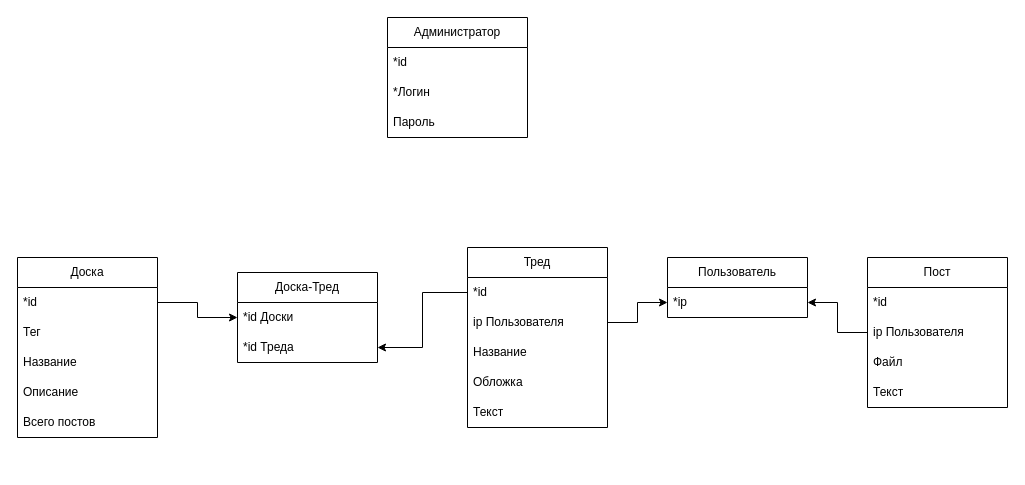
The draw.io diagram relational.drawio in Urvatov/openchan-django, before the edit. Source tidied: cells renumbered, new cells numbered last; positions are measured from the earlier drawing's top-left corner, leaving out a move shared by most shapes. Both pictures are drawn from the tidied source at 100%, with x=0, y=0 at pixel (17, 17).
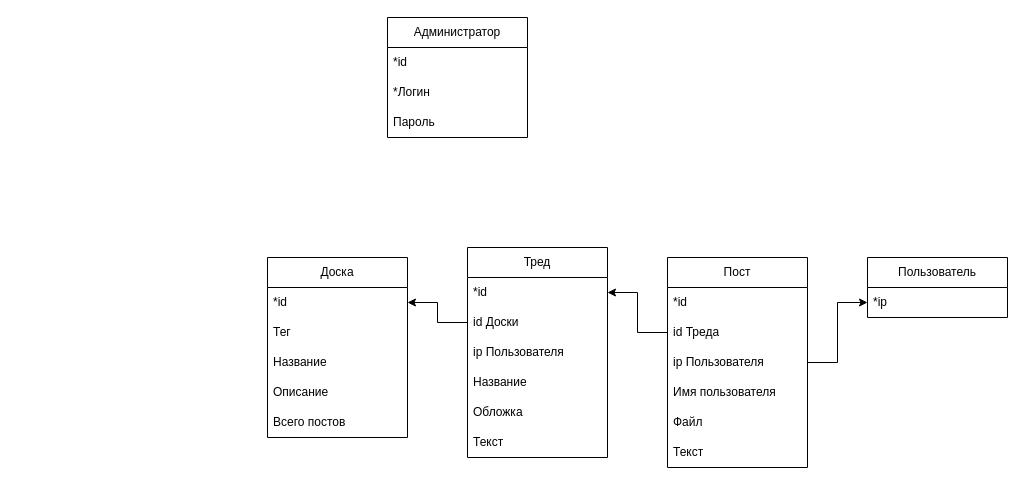
The same page after the edit.

Unchanged cells that the change refers to:
```xml
<mxCell id="3" value="*id" style="text;strokeColor=none;fillColor=none;align=left;verticalAlign=middle;spacingLeft=4;spacingRight=4;overflow=hidden;points=[[0,0.5],[1,0.5]];portConstraint=eastwest;whiteSpace=wrap;html=1;" parent="2" vertex="1">
  <mxGeometry y="30" width="140" height="30" as="geometry" />
</mxCell>
<mxCell id="9" value="*id" style="text;strokeColor=none;fillColor=none;align=left;verticalAlign=middle;spacingLeft=4;spacingRight=4;overflow=hidden;points=[[0,0.5],[1,0.5]];portConstraint=eastwest;whiteSpace=wrap;html=1;" parent="8" vertex="1">
  <mxGeometry y="30" width="140" height="30" as="geometry" />
</mxCell>
<mxCell id="24" value="*ip" style="text;strokeColor=none;fillColor=none;align=left;verticalAlign=middle;spacingLeft=4;spacingRight=4;overflow=hidden;points=[[0,0.5],[1,0.5]];portConstraint=eastwest;whiteSpace=wrap;html=1;" parent="23" vertex="1">
  <mxGeometry y="30" width="140" height="30" as="geometry" />
</mxCell>
```

What changed in the source:
```diff
@@
     <mxCell id="2" value="Доска" style="swimlane;fontStyle=0;horizontal=1;startSize=30;whiteSpace=wrap;html=1;" parent="1" vertex="1">
-      <mxGeometry y="240" width="140" height="180" as="geometry" />
+      <mxGeometry x="250" y="240" width="140" height="180" as="geometry" />
     </mxCell>
@@
     <mxCell id="8" value="Тред" style="swimlane;fontStyle=0;horizontal=1;startSize=30;whiteSpace=wrap;html=1;" parent="1" vertex="1">
-      <mxGeometry x="450" y="230" width="140" height="180" as="geometry" />
+      <mxGeometry x="450" y="230" width="140" height="210" as="geometry" />
     </mxCell>
@@
+    <mxCell id="32" value="id Доски" style="text;strokeColor=none;fillColor=none;align=left;verticalAlign=middle;spacingLeft=4;spacingRight=4;overflow=hidden;points=[[0,0.5],[1,0.5]];portConstraint=eastwest;whiteSpace=wrap;html=1;" parent="8" vertex="1">
+      <mxGeometry y="60" width="140" height="30" as="geometry" />
+    </mxCell>
     <mxCell id="10" value="ip Пользователя" style="text;strokeColor=none;fillColor=none;align=left;verticalAlign=middle;spacingLeft=4;spacingRight=4;overflow=hidden;points=[[0,0.5],[1,0.5]];portConstraint=eastwest;whiteSpace=wrap;html=1;" parent="8" vertex="1">
-      <mxGeometry y="60" width="140" height="30" as="geometry" />
+      <mxGeometry y="90" width="140" height="30" as="geometry" />
     </mxCell>
     <mxCell id="11" value="Название" style="text;strokeColor=none;fillColor=none;align=left;verticalAlign=middle;spacingLeft=4;spacingRight=4;overflow=hidden;whiteSpace=wrap;html=1;" parent="8" vertex="1">
-      <mxGeometry y="90" width="140" height="30" as="geometry" />
+      <mxGeometry y="120" width="140" height="30" as="geometry" />
     </mxCell>
     <mxCell id="12" value="Обложка" style="text;strokeColor=none;fillColor=none;align=left;verticalAlign=middle;spacingLeft=4;spacingRight=4;overflow=hidden;whiteSpace=wrap;html=1;" parent="8" vertex="1">
-      <mxGeometry y="120" width="140" height="30" as="geometry" />
+      <mxGeometry y="150" width="140" height="30" as="geometry" />
     </mxCell>
     <mxCell id="13" value="Текст" style="text;strokeColor=none;fillColor=none;align=left;verticalAlign=middle;spacingLeft=4;spacingRight=4;overflow=hidden;whiteSpace=wrap;html=1;" parent="8" vertex="1">
-      <mxGeometry y="150" width="140" height="30" as="geometry" />
+      <mxGeometry y="180" width="140" height="30" as="geometry" />
     </mxCell>
     <mxCell id="14" value="Пост" style="swimlane;fontStyle=0;horizontal=1;startSize=30;whiteSpace=wrap;html=1;" parent="1" vertex="1">
-      <mxGeometry x="850" y="240" width="140" height="150" as="geometry" />
+      <mxGeometry x="650" y="240" width="140" height="210" as="geometry" />
     </mxCell>
@@
+    <mxCell id="33" value="id Треда" style="text;strokeColor=none;fillColor=none;align=left;verticalAlign=middle;spacingLeft=4;spacingRight=4;overflow=hidden;points=[[0,0.5],[1,0.5]];portConstraint=eastwest;whiteSpace=wrap;html=1;" parent="14" vertex="1">
+      <mxGeometry y="60" width="140" height="30" as="geometry" />
+    </mxCell>
     <mxCell id="16" value="ip Пользователя" style="text;strokeColor=none;fillColor=none;align=left;verticalAlign=middle;spacingLeft=4;spacingRight=4;overflow=hidden;points=[[0,0.5],[1,0.5]];portConstraint=eastwest;whiteSpace=wrap;html=1;" parent="14" vertex="1">
-      <mxGeometry y="60" width="140" height="30" as="geometry" />
+      <mxGeometry y="90" width="140" height="30" as="geometry" />
     </mxCell>
+    <mxCell id="34" value="Имя пользователя" style="text;strokeColor=none;fillColor=none;align=left;verticalAlign=middle;spacingLeft=4;spacingRight=4;overflow=hidden;whiteSpace=wrap;html=1;" parent="14" vertex="1">
+      <mxGeometry y="120" width="140" height="30" as="geometry" />
+    </mxCell>
     <mxCell id="17" value="Файл" style="text;strokeColor=none;fillColor=none;align=left;verticalAlign=middle;spacingLeft=4;spacingRight=4;overflow=hidden;whiteSpace=wrap;html=1;" parent="14" vertex="1">
-      <mxGeometry y="90" width="140" height="30" as="geometry" />
+      <mxGeometry y="150" width="140" height="30" as="geometry" />
     </mxCell>
     <mxCell id="18" value="Текст" style="text;strokeColor=none;fillColor=none;align=left;verticalAlign=middle;spacingLeft=4;spacingRight=4;overflow=hidden;whiteSpace=wrap;html=1;" parent="14" vertex="1">
-      <mxGeometry y="120" width="140" height="30" as="geometry" />
+      <mxGeometry y="180" width="140" height="30" as="geometry" />
     </mxCell>
@@
     <mxCell id="23" value="Пользователь" style="swimlane;fontStyle=0;horizontal=1;startSize=30;whiteSpace=wrap;html=1;" parent="1" vertex="1">
-      <mxGeometry x="650" y="240" width="140" height="60" as="geometry" />
+      <mxGeometry x="850" y="240" width="140" height="60" as="geometry" />
     </mxCell>
@@
+    <mxCell id="35" style="edgeStyle=orthogonalEdgeStyle;rounded=0;jettySize=auto;html=1;exitX=0;exitY=0.5;exitDx=0;exitDy=0;entryX=1;entryY=0.5;entryDx=0;entryDy=0;" parent="1" edge="1" source="32" target="3">
+      <mxGeometry relative="1" as="geometry" />
+    </mxCell>
+    <mxCell id="36" style="edgeStyle=orthogonalEdgeStyle;rounded=0;jettySize=auto;html=1;exitX=0;exitY=0.5;exitDx=0;exitDy=0;entryX=1;entryY=0.5;entryDx=0;entryDy=0;" parent="1" edge="1" source="33" target="9">
+      <mxGeometry relative="1" as="geometry" />
+    </mxCell>
-    <mxCell id="25" style="edgeStyle=orthogonalEdgeStyle;rounded=0;jettySize=auto;html=1;exitX=0;exitY=0.5;exitDx=0;exitDy=0;entryX=1;entryY=0.5;entryDx=0;entryDy=0;" parent="1" edge="1" source="16" target="24">
+    <mxCell id="25" style="edgeStyle=orthogonalEdgeStyle;rounded=0;jettySize=auto;html=1;exitX=1;exitY=0.5;exitDx=0;exitDy=0;entryX=0;entryY=0.5;entryDx=0;entryDy=0;" parent="1" edge="1" source="16" target="24">
       <mxGeometry relative="1" as="geometry" />
     </mxCell>
-    <mxCell id="26" style="edgeStyle=orthogonalEdgeStyle;rounded=0;jettySize=auto;html=1;exitX=1;exitY=0.5;exitDx=0;exitDy=0;entryX=0;entryY=0.5;entryDx=0;entryDy=0;" parent="1" edge="1" source="10" target="24">
-      <mxGeometry relative="1" as="geometry" />
-    </mxCell>
-    <mxCell id="27" value="Доска-Тред" style="swimlane;fontStyle=0;horizontal=1;startSize=30;whiteSpace=wrap;html=1;" parent="1" vertex="1">
-      <mxGeometry x="220" y="255" width="140" height="90" as="geometry" />
-    </mxCell>
-    <mxCell id="28" value="*id Доски" style="text;strokeColor=none;fillColor=none;align=left;verticalAlign=middle;spacingLeft=4;spacingRight=4;overflow=hidden;points=[[0,0.5],[1,0.5]];portConstraint=eastwest;whiteSpace=wrap;html=1;" parent="27" vertex="1">
-      <mxGeometry y="30" width="140" height="30" as="geometry" />
-    </mxCell>
-    <mxCell id="29" value="*id Треда" style="text;strokeColor=none;fillColor=none;align=left;verticalAlign=middle;spacingLeft=4;spacingRight=4;overflow=hidden;points=[[0,0.5],[1,0.5]];portConstraint=eastwest;whiteSpace=wrap;html=1;" parent="27" vertex="1">
-      <mxGeometry y="60" width="140" height="30" as="geometry" />
-    </mxCell>
-    <mxCell id="30" style="edgeStyle=orthogonalEdgeStyle;rounded=0;jettySize=auto;html=1;exitX=1;exitY=0.5;exitDx=0;exitDy=0;entryX=0;entryY=0.5;entryDx=0;entryDy=0;" parent="1" edge="1" source="3" target="28">
-      <mxGeometry relative="1" as="geometry" />
-    </mxCell>
-    <mxCell id="31" style="edgeStyle=orthogonalEdgeStyle;rounded=0;jettySize=auto;html=1;exitX=0;exitY=0.5;exitDx=0;exitDy=0;entryX=1;entryY=0.5;entryDx=0;entryDy=0;" parent="1" edge="1" source="9" target="29">
-      <mxGeometry relative="1" as="geometry" />
-    </mxCell>
```
